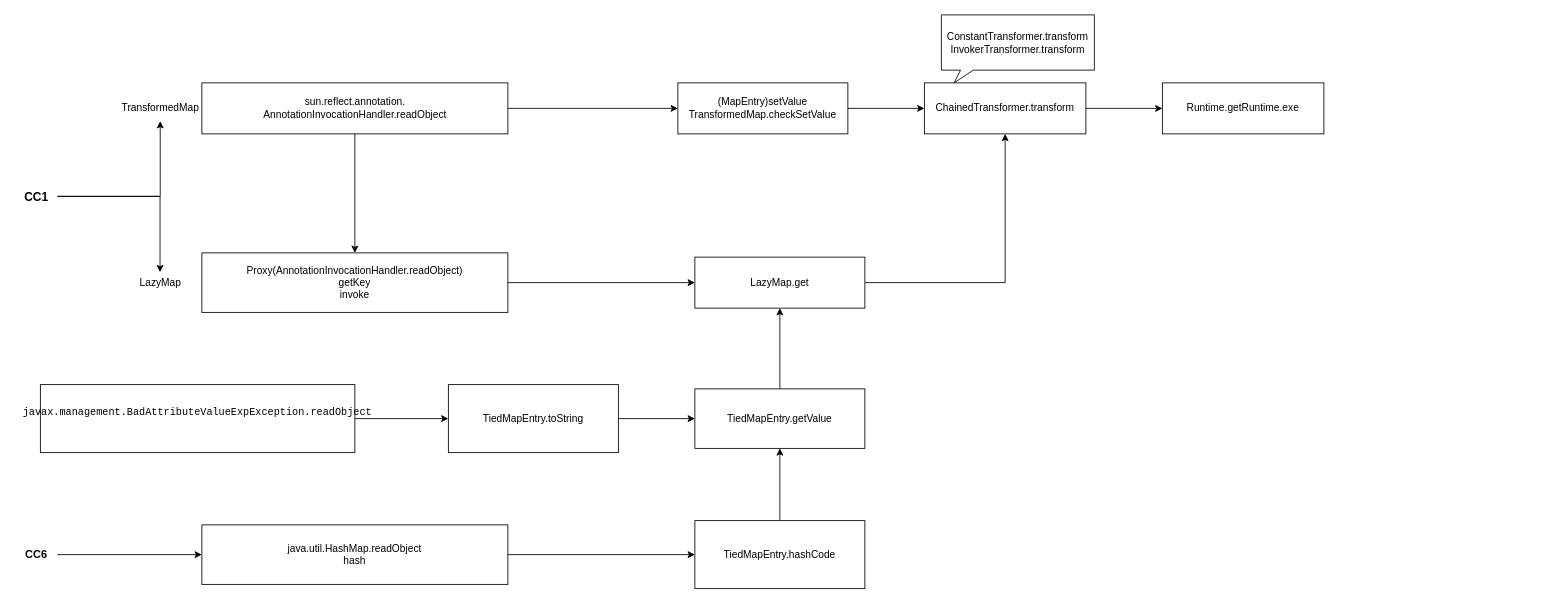
hututu2/Java-Study keeps this draw.io diagram as CC链/CC link.drawio. Above is the earlier version. Source tidied: cells renumbered, new cells numbered last; positions are measured from the earlier drawing's top-left corner, leaving out a move shared by most shapes. Both pictures are drawn from the tidied source at 85%, with x=0, y=0 at pixel (14, 14).
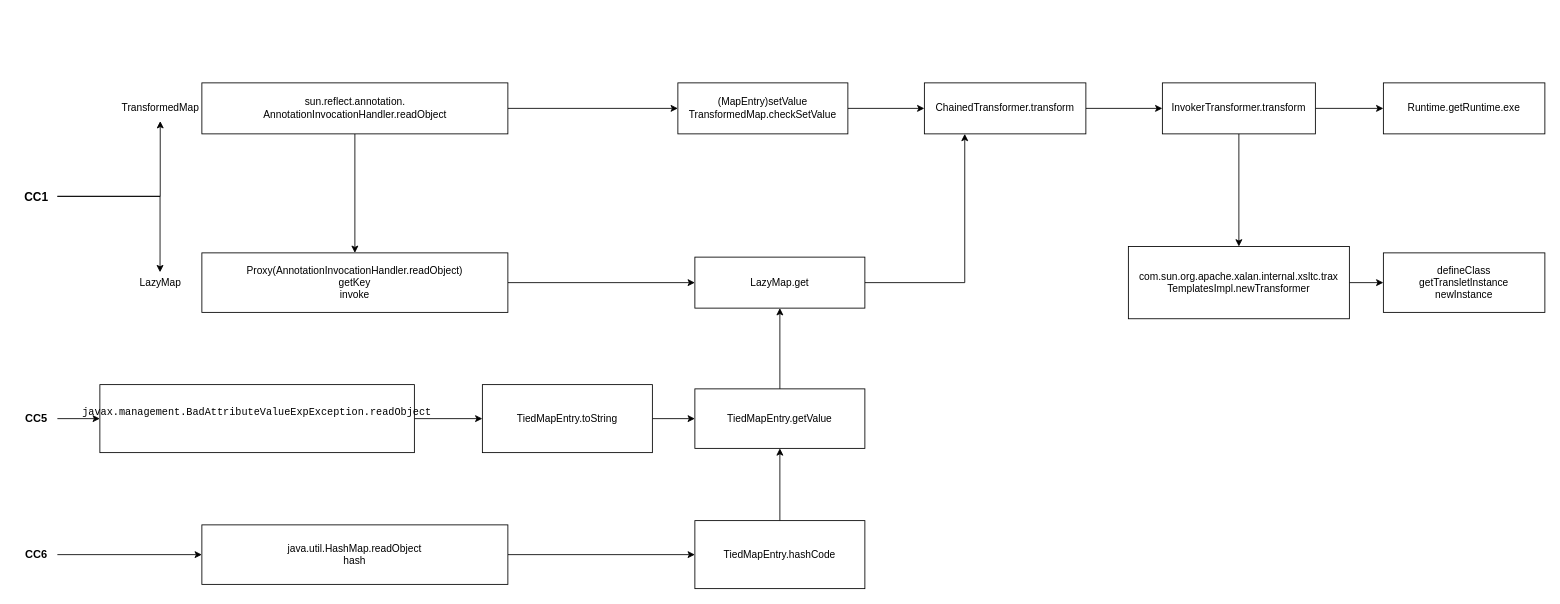
After the change.

The change refers to these unchanged cells:
```xml
<mxCell id="4" value="ChainedTransformer.transform" style="rounded=0;whiteSpace=wrap;html=1;" parent="1" vertex="1">
  <mxGeometry x="1070" y="80" width="190" height="60" as="geometry" />
</mxCell>
<mxCell id="12" value="LazyMap.get" style="rounded=0;whiteSpace=wrap;html=1;" parent="1" vertex="1">
  <mxGeometry x="800" y="285" width="200" height="60" as="geometry" />
</mxCell>
```

Diff of the diagram source:
```diff
@@
     <mxCell id="2" value="Runtime.getRuntime.exe" style="rounded=0;whiteSpace=wrap;html=1;" parent="1" vertex="1">
-      <mxGeometry x="1350" y="80" width="190" height="60" as="geometry" />
+      <mxGeometry x="1610" y="80" width="190" height="60" as="geometry" />
     </mxCell>
-    <mxCell id="3" style="edgeStyle=orthogonalEdgeStyle;rounded=0;jettySize=auto;html=1;exitX=1;exitY=0.5;exitDx=0;exitDy=0;entryX=0;entryY=0.5;entryDx=0;entryDy=0;" parent="1" edge="1" source="4" target="2">
-      <mxGeometry relative="1" as="geometry" />
-    </mxCell>
+    <mxCell id="32" style="edgeStyle=orthogonalEdgeStyle;rounded=0;jettySize=auto;html=1;" parent="1" edge="1" source="4" target="40">
+      <mxGeometry relative="1" as="geometry" />
+    </mxCell>
@@
-    <mxCell id="10" value="ConstantTransformer.transform&lt;br&gt;InvokerTransformer.transform" style="whiteSpace=wrap;html=1;shape=mxgraph.basic.rectCallout;dx=30;dy=15;boundedLbl=1;" parent="1" vertex="1">
-      <mxGeometry x="1090" width="180" height="80" as="geometry" />
-    </mxCell>
-    <mxCell id="11" style="edgeStyle=orthogonalEdgeStyle;rounded=0;jettySize=auto;html=1;entryX=0.5;entryY=1;entryDx=0;entryDy=0;" parent="1" edge="1" source="12" target="4">
+    <mxCell id="11" style="edgeStyle=orthogonalEdgeStyle;rounded=0;jettySize=auto;html=1;entryX=0.25;entryY=1;entryDx=0;entryDy=0;" parent="1" edge="1" source="12" target="4">
       <mxGeometry relative="1" as="geometry" />
     </mxCell>
@@
     <mxCell id="27" value="&lt;font face=&quot;JetBrains Mono, monospace&quot;&gt;javax.management.BadAttributeValueExpException.readObject&lt;br&gt;&lt;br&gt;&lt;/font&gt;" style="rounded=0;whiteSpace=wrap;html=1;" parent="1" vertex="1">
-      <mxGeometry x="30" y="435" width="370" height="80" as="geometry" />
+      <mxGeometry x="100" y="435" width="370" height="80" as="geometry" />
     </mxCell>
@@
     <mxCell id="31" value="TiedMapEntry.toString" style="rounded=0;whiteSpace=wrap;html=1;" parent="1" vertex="1">
-      <mxGeometry x="510" y="435" width="200" height="80" as="geometry" />
+      <mxGeometry x="550" y="435" width="200" height="80" as="geometry" />
     </mxCell>
+    <mxCell id="33" style="edgeStyle=orthogonalEdgeStyle;rounded=0;jettySize=auto;html=1;" parent="1" edge="1" source="34" target="27">
+      <mxGeometry relative="1" as="geometry" />
+    </mxCell>
+    <mxCell id="34" value="&lt;span style=&quot;font-size: 13px;&quot;&gt;&lt;font style=&quot;font-size: 13px;&quot;&gt;CC5&lt;/font&gt;&lt;/span&gt;" style="text;html=1;align=center;verticalAlign=middle;points=[];strokeColor=none;fillColor=none;fontSize=13;fontStyle=1;" parent="1" vertex="1">
+      <mxGeometry y="460" width="50" height="30" as="geometry" />
+    </mxCell>
+    <mxCell id="35" value="defineClass&lt;br&gt;getTransletInstance&lt;br&gt;newInstance" style="rounded=0;whiteSpace=wrap;html=1;" parent="1" vertex="1">
+      <mxGeometry x="1610" y="280" width="190" height="70" as="geometry" />
+    </mxCell>
+    <mxCell id="36" style="edgeStyle=orthogonalEdgeStyle;rounded=0;jettySize=auto;html=1;exitX=1;exitY=0.5;exitDx=0;exitDy=0;entryX=0;entryY=0.5;entryDx=0;entryDy=0;" parent="1" edge="1" source="37" target="35">
+      <mxGeometry relative="1" as="geometry" />
+    </mxCell>
+    <mxCell id="37" value="com.sun.org.apache.xalan.internal.xsltc.trax&lt;br&gt;TemplatesImpl.newTransformer" style="rounded=0;whiteSpace=wrap;html=1;" parent="1" vertex="1">
+      <mxGeometry x="1310" y="272.5" width="260" height="85" as="geometry" />
+    </mxCell>
+    <mxCell id="38" style="edgeStyle=orthogonalEdgeStyle;rounded=0;jettySize=auto;html=1;" parent="1" edge="1" source="40" target="2">
+      <mxGeometry relative="1" as="geometry" />
+    </mxCell>
+    <mxCell id="39" style="edgeStyle=orthogonalEdgeStyle;rounded=0;jettySize=auto;html=1;exitX=0.5;exitY=1;exitDx=0;exitDy=0;entryX=0.5;entryY=0;entryDx=0;entryDy=0;" parent="1" edge="1" source="40" target="37">
+      <mxGeometry relative="1" as="geometry" />
+    </mxCell>
+    <mxCell id="40" value="InvokerTransformer.transform" style="rounded=0;whiteSpace=wrap;html=1;" parent="1" vertex="1">
+      <mxGeometry x="1350" y="80" width="180" height="60" as="geometry" />
+    </mxCell>
```
